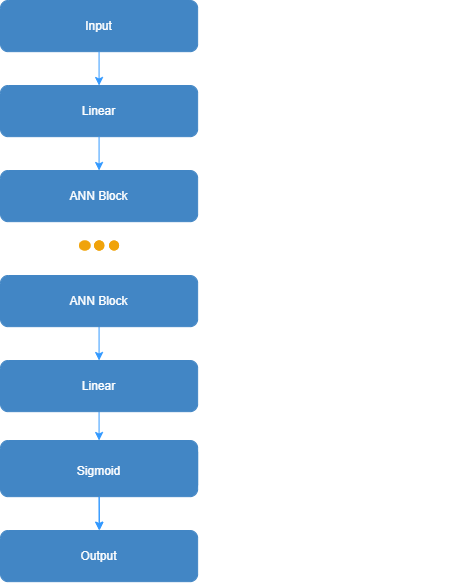
Before: docs/model_arch_ann_direct.png, a diagram exported from draw.io (metamaterials-capstone-su-22/metamaterials_ai). Source tidied: cells renumbered, new cells last; positions are measured from the earlier drawing's top-left corner, leaving out a move shared by most shapes. Its diagram source:
```xml
<mxGraphModel>
  <root>
    <mxCell id="0" />
    <mxCell id="1" value="Main" parent="0" />
    <mxCell id="2" style="group;" parent="1" vertex="1">
      <mxGeometry x="218.6" y="162.7" width="246.4" height="185.5" as="geometry" />
    </mxCell>
    <mxCell id="3" style="labelPosition=right;align=left;strokeWidth=1;shape=mxgraph.mockup.markup.curlyBrace;html=1;shadow=0;dashed=0;strokeColor=#FFFFFF;direction=north;labelBackgroundColor=none;fontColor=#FFFFFF;fillColor=#FF9933;rotation=-180;" parent="2" vertex="1">
      <mxGeometry x="-8.6" width="32.9" height="185.5" as="geometry" />
    </mxCell>
    <mxCell id="4" value="N : number of blocks" style="text;html=1;align=center;verticalAlign=middle;fillColor=none;strokeColor=none;rounded=0;labelBackgroundColor=none;fontColor=#FFFFFF;" parent="2" vertex="1">
      <mxGeometry x="24.3" y="83.1" width="130" height="20" as="geometry" />
    </mxCell>
    <mxCell id="5" value="Input" style="rounded=1;whiteSpace=wrap;html=1;labelBackgroundColor=none;fontColor=#FFFFFF;strokeColor=#4286C5;fillColor=#4286C5;" parent="1" vertex="1">
      <mxGeometry width="197.1" height="51.2" as="geometry" />
    </mxCell>
    <mxCell id="6" value="Linear" style="rounded=1;whiteSpace=wrap;html=1;labelBackgroundColor=none;fontColor=#FFFFFF;strokeColor=#4286C5;fillColor=#4286C5;" parent="1" vertex="1">
      <mxGeometry y="85" width="197.1" height="51.2" as="geometry" />
    </mxCell>
    <mxCell id="7" style="edgeStyle=none;html=1;labelBackgroundColor=none;fontColor=#FFFFFF;startArrow=none;startFill=0;endArrow=classic;endFill=1;strokeColor=#3399FF;" parent="1" edge="1" source="5" target="6">
      <mxGeometry relative="1" as="geometry" />
    </mxCell>
    <mxCell id="8" value="ANN Block" style="rounded=1;whiteSpace=wrap;html=1;labelBackgroundColor=none;fontColor=#FFFFFF;strokeColor=#4286C5;fillColor=#4286C5;" parent="1" vertex="1">
      <mxGeometry y="170" width="197.1" height="51.2" as="geometry" />
    </mxCell>
    <mxCell id="9" style="edgeStyle=none;html=1;labelBackgroundColor=none;fontColor=#FFFFFF;startArrow=none;startFill=0;endArrow=classic;endFill=1;strokeColor=#3399FF;" parent="1" edge="1" source="6" target="8">
      <mxGeometry relative="1" as="geometry" />
    </mxCell>
    <mxCell id="10" value="Sigmoid" style="rounded=1;whiteSpace=wrap;html=1;labelBackgroundColor=none;fontColor=#FFFFFF;strokeColor=#4286C5;fillColor=#4286C5;" parent="1" vertex="1">
      <mxGeometry y="440" width="197.1" height="51.2" as="geometry" />
    </mxCell>
    <mxCell id="11" style="edgeStyle=none;html=1;labelBackgroundColor=none;fontColor=#FFFFFF;startArrow=none;startFill=0;endArrow=classic;endFill=1;strokeColor=#3399FF;" parent="1" edge="1" source="10">
      <mxGeometry relative="1" as="geometry">
        <mxPoint x="98.6" y="529.5" as="targetPoint" />
      </mxGeometry>
    </mxCell>
    <mxCell id="12" style="edgeStyle=none;html=1;strokeColor=#3399FF;" parent="1" edge="1" source="13" target="10">
      <mxGeometry relative="1" as="geometry" />
    </mxCell>
    <mxCell id="13" value="Linear" style="rounded=1;whiteSpace=wrap;html=1;labelBackgroundColor=none;fontColor=#FFFFFF;strokeColor=#4286C5;fillColor=#4286C5;" parent="1" vertex="1">
      <mxGeometry y="360" width="197.1" height="51.2" as="geometry" />
    </mxCell>
    <mxCell id="14" style="edgeStyle=none;html=1;strokeColor=#3399FF;" parent="1" edge="1" source="15" target="13">
      <mxGeometry relative="1" as="geometry" />
    </mxCell>
    <mxCell id="15" value="ANN Block" style="rounded=1;whiteSpace=wrap;html=1;labelBackgroundColor=none;fontColor=#FFFFFF;strokeColor=#4286C5;fillColor=#4286C5;" parent="1" vertex="1">
      <mxGeometry y="275" width="197.1" height="51.2" as="geometry" />
    </mxCell>
    <mxCell id="16" value="Sigmoid" style="rounded=1;whiteSpace=wrap;html=1;labelBackgroundColor=none;fontColor=#FFFFFF;strokeColor=#4286C5;fillColor=#4286C5;" parent="1" vertex="1">
      <mxGeometry y="445" width="197.1" height="51.2" as="geometry" />
    </mxCell>
    <mxCell id="17" value="Output" style="rounded=1;whiteSpace=wrap;html=1;labelBackgroundColor=none;fontColor=#FFFFFF;strokeColor=#4286C5;fillColor=#4286C5;" parent="1" vertex="1">
      <mxGeometry y="530" width="197.1" height="51.2" as="geometry" />
    </mxCell>
    <mxCell id="18" style="edgeStyle=none;html=1;labelBackgroundColor=none;fontColor=#FFFFFF;startArrow=none;startFill=0;endArrow=classic;endFill=1;strokeColor=#3399FF;" parent="1" edge="1" source="16">
      <mxGeometry relative="1" as="geometry">
        <mxPoint x="99" y="530" as="targetPoint" />
      </mxGeometry>
    </mxCell>
    <mxCell id="19" style="group;" parent="1" vertex="1">
      <mxGeometry x="78.6" y="240" width="40" height="10" as="geometry" />
    </mxCell>
    <mxCell id="20" style="ellipse;fillColor=#F0A30A;strokeColor=none;labelBackgroundColor=none;fontColor=#FFFFFF;" parent="19" vertex="1">
      <mxGeometry width="11.4" height="10" as="geometry" />
    </mxCell>
    <mxCell id="21" style="ellipse;fillColor=#F0A30A;strokeColor=none;labelBackgroundColor=none;fontColor=#FFFFFF;" parent="19" vertex="1">
      <mxGeometry x="15" width="10" height="10" as="geometry" />
    </mxCell>
    <mxCell id="22" style="ellipse;fillColor=#F0A30A;strokeColor=none;labelBackgroundColor=none;fontColor=#FFFFFF;" parent="19" vertex="1">
      <mxGeometry x="30" width="10" height="10" as="geometry" />
    </mxCell>
    <mxCell id="23" style="group;" parent="19" vertex="1">
      <mxGeometry width="40" height="10" as="geometry" />
    </mxCell>
    <mxCell id="24" style="ellipse;fillColor=#F0A30A;strokeColor=none;labelBackgroundColor=none;fontColor=#FFFFFF;" parent="23" vertex="1">
      <mxGeometry width="11.4" height="10" as="geometry" />
    </mxCell>
    <mxCell id="25" style="ellipse;fillColor=#F0A30A;strokeColor=none;labelBackgroundColor=none;fontColor=#FFFFFF;" parent="23" vertex="1">
      <mxGeometry x="15" width="10" height="10" as="geometry" />
    </mxCell>
    <mxCell id="26" style="ellipse;fillColor=#F0A30A;strokeColor=none;labelBackgroundColor=none;fontColor=#FFFFFF;" parent="23" vertex="1">
      <mxGeometry x="30" width="10" height="10" as="geometry" />
    </mxCell>
    <mxCell id="27" style="ellipse;fillColor=#F0A30A;strokeColor=none;labelBackgroundColor=none;fontColor=#FFFFFF;" parent="23" vertex="1">
      <mxGeometry x="15.4" width="10" height="10" as="geometry" />
    </mxCell>
  </root>
</mxGraphModel>
```
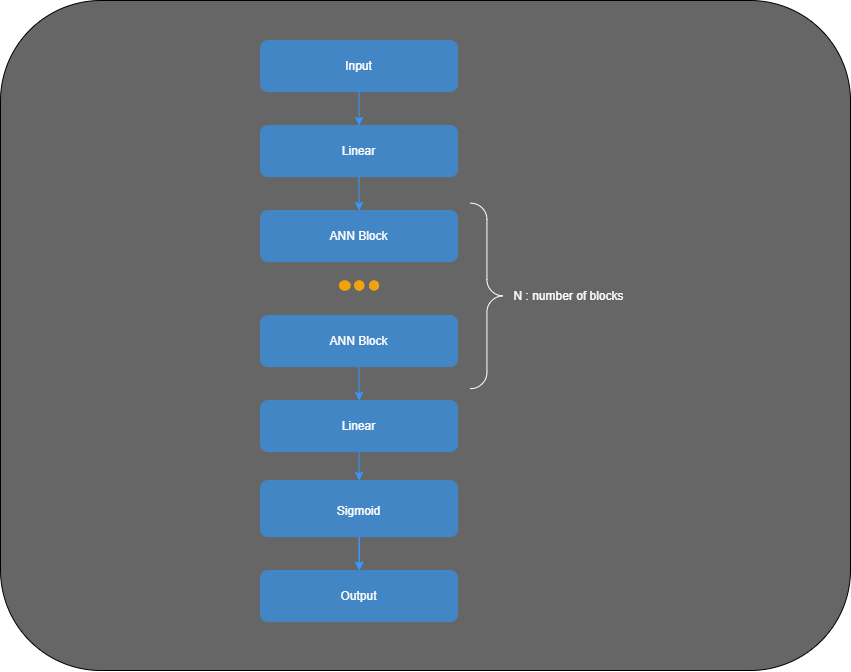
Above is the later version.

Diff of the diagram source:
```diff
@@ -1,86 +1,87 @@
 <mxGraphModel>
   <root>
-    <mxCell id="0" />
-    <mxCell id="1" value="Main" parent="0" />
-    <mxCell id="2" style="group;" parent="1" vertex="1">
-      <mxGeometry x="218.6" y="162.7" width="246.4" height="185.5" as="geometry" />
-    </mxCell>
-    <mxCell id="3" style="labelPosition=right;align=left;strokeWidth=1;shape=mxgraph.mockup.markup.curlyBrace;html=1;shadow=0;dashed=0;strokeColor=#FFFFFF;direction=north;labelBackgroundColor=none;fontColor=#FFFFFF;fillColor=#FF9933;rotation=-180;" parent="2" vertex="1">
-      <mxGeometry x="-8.6" width="32.9" height="185.5" as="geometry" />
-    </mxCell>
+    <mxCell id="28" />
+    <mxCell id="29" value="Background" parent="28" />
+    <mxCell id="30" style="rounded=1;whiteSpace=wrap;html=1;fontSize=8;fontColor=#FFFFFF;strokeColor=default;fillColor=#666666;" parent="29" vertex="1">
+      <mxGeometry x="-260" y="-40" width="850" height="670" as="geometry" />
+    </mxCell>
+    <mxCell id="31" value="model" parent="28" />
+    <mxCell id="32" style="labelPosition=right;align=left;strokeWidth=1;shape=mxgraph.mockup.markup.curlyBrace;html=1;shadow=0;dashed=0;strokeColor=#FFFFFF;direction=north;labelBackgroundColor=none;fontColor=#FFFFFF;fillColor=#FF9933;rotation=-180;" parent="31" vertex="1">
+      <mxGeometry x="210" y="162.7" width="32.9" height="185.5" as="geometry" />
+    </mxCell>
-    <mxCell id="4" value="N : number of blocks" style="text;html=1;align=center;verticalAlign=middle;fillColor=none;strokeColor=none;rounded=0;labelBackgroundColor=none;fontColor=#FFFFFF;" parent="2" vertex="1">
-      <mxGeometry x="24.3" y="83.1" width="130" height="20" as="geometry" />
+    <mxCell id="4" value="N : number of blocks" style="text;html=1;align=center;verticalAlign=middle;fillColor=none;strokeColor=none;rounded=0;labelBackgroundColor=none;fontColor=#FFFFFF;" parent="31" vertex="1">
+      <mxGeometry x="242.9" y="245.8" width="130" height="20" as="geometry" />
     </mxCell>
-    <mxCell id="5" value="Input" style="rounded=1;whiteSpace=wrap;html=1;labelBackgroundColor=none;fontColor=#FFFFFF;strokeColor=#4286C5;fillColor=#4286C5;" parent="1" vertex="1">
+    <mxCell id="5" value="Input" style="rounded=1;whiteSpace=wrap;html=1;labelBackgroundColor=none;fontColor=#FFFFFF;strokeColor=#4286C5;fillColor=#4286C5;" parent="31" vertex="1">
       <mxGeometry width="197.1" height="51.2" as="geometry" />
     </mxCell>
-    <mxCell id="6" value="Linear" style="rounded=1;whiteSpace=wrap;html=1;labelBackgroundColor=none;fontColor=#FFFFFF;strokeColor=#4286C5;fillColor=#4286C5;" parent="1" vertex="1">
-      <mxGeometry y="85" width="197.1" height="51.2" as="geometry" />
-    </mxCell>
-    <mxCell id="7" style="edgeStyle=none;html=1;labelBackgroundColor=none;fontColor=#FFFFFF;startArrow=none;startFill=0;endArrow=classic;endFill=1;strokeColor=#3399FF;" parent="1" edge="1" source="5" target="6">
-      <mxGeometry relative="1" as="geometry" />
-    </mxCell>
-    <mxCell id="8" value="ANN Block" style="rounded=1;whiteSpace=wrap;html=1;labelBackgroundColor=none;fontColor=#FFFFFF;strokeColor=#4286C5;fillColor=#4286C5;" parent="1" vertex="1">
-      <mxGeometry y="170" width="197.1" height="51.2" as="geometry" />
-    </mxCell>
-    <mxCell id="9" style="edgeStyle=none;html=1;labelBackgroundColor=none;fontColor=#FFFFFF;startArrow=none;startFill=0;endArrow=classic;endFill=1;strokeColor=#3399FF;" parent="1" edge="1" source="6" target="8">
-      <mxGeometry relative="1" as="geometry" />
-    </mxCell>
-    <mxCell id="10" value="Sigmoid" style="rounded=1;whiteSpace=wrap;html=1;labelBackgroundColor=none;fontColor=#FFFFFF;strokeColor=#4286C5;fillColor=#4286C5;" parent="1" vertex="1">
-      <mxGeometry y="440" width="197.1" height="51.2" as="geometry" />
-    </mxCell>
-    <mxCell id="11" style="edgeStyle=none;html=1;labelBackgroundColor=none;fontColor=#FFFFFF;startArrow=none;startFill=0;endArrow=classic;endFill=1;strokeColor=#3399FF;" parent="1" edge="1" source="10">
-      <mxGeometry relative="1" as="geometry">
-        <mxPoint x="98.6" y="529.5" as="targetPoint" />
-      </mxGeometry>
-    </mxCell>
-    <mxCell id="12" style="edgeStyle=none;html=1;strokeColor=#3399FF;" parent="1" edge="1" source="13" target="10">
-      <mxGeometry relative="1" as="geometry" />
-    </mxCell>
-    <mxCell id="13" value="Linear" style="rounded=1;whiteSpace=wrap;html=1;labelBackgroundColor=none;fontColor=#FFFFFF;strokeColor=#4286C5;fillColor=#4286C5;" parent="1" vertex="1">
-      <mxGeometry y="360" width="197.1" height="51.2" as="geometry" />
-    </mxCell>
-    <mxCell id="14" style="edgeStyle=none;html=1;strokeColor=#3399FF;" parent="1" edge="1" source="15" target="13">
-      <mxGeometry relative="1" as="geometry" />
-    </mxCell>
-    <mxCell id="15" value="ANN Block" style="rounded=1;whiteSpace=wrap;html=1;labelBackgroundColor=none;fontColor=#FFFFFF;strokeColor=#4286C5;fillColor=#4286C5;" parent="1" vertex="1">
-      <mxGeometry y="275" width="197.1" height="51.2" as="geometry" />
-    </mxCell>
-    <mxCell id="16" value="Sigmoid" style="rounded=1;whiteSpace=wrap;html=1;labelBackgroundColor=none;fontColor=#FFFFFF;strokeColor=#4286C5;fillColor=#4286C5;" parent="1" vertex="1">
-      <mxGeometry y="445" width="197.1" height="51.2" as="geometry" />
-    </mxCell>
+    <mxCell id="33" value="Linear" style="rounded=1;whiteSpace=wrap;html=1;labelBackgroundColor=none;fontColor=#FFFFFF;strokeColor=#4286C5;fillColor=#4286C5;" parent="31" vertex="1">
+      <mxGeometry y="85" width="197.1" height="51.2" as="geometry" />
+    </mxCell>
+    <mxCell id="34" style="edgeStyle=none;html=1;labelBackgroundColor=none;fontColor=#FFFFFF;startArrow=none;startFill=0;endArrow=classic;endFill=1;strokeColor=#3399FF;" parent="31" edge="1" source="5" target="33">
+      <mxGeometry relative="1" as="geometry" />
+    </mxCell>
+    <mxCell id="35" value="ANN Block" style="rounded=1;whiteSpace=wrap;html=1;labelBackgroundColor=none;fontColor=#FFFFFF;strokeColor=#4286C5;fillColor=#4286C5;" parent="31" vertex="1">
+      <mxGeometry y="170" width="197.1" height="51.2" as="geometry" />
+    </mxCell>
+    <mxCell id="36" style="edgeStyle=none;html=1;labelBackgroundColor=none;fontColor=#FFFFFF;startArrow=none;startFill=0;endArrow=classic;endFill=1;strokeColor=#3399FF;" parent="31" edge="1" source="33" target="35">
+      <mxGeometry relative="1" as="geometry" />
+    </mxCell>
+    <mxCell id="37" value="Sigmoid" style="rounded=1;whiteSpace=wrap;html=1;labelBackgroundColor=none;fontColor=#FFFFFF;strokeColor=#4286C5;fillColor=#4286C5;" parent="31" vertex="1">
+      <mxGeometry y="440" width="197.1" height="51.2" as="geometry" />
+    </mxCell>
+    <mxCell id="38" style="edgeStyle=none;html=1;labelBackgroundColor=none;fontColor=#FFFFFF;startArrow=none;startFill=0;endArrow=classic;endFill=1;strokeColor=#3399FF;" parent="31" edge="1" source="37">
+      <mxGeometry relative="1" as="geometry">
+        <mxPoint x="98.6" y="529.5" as="targetPoint" />
+      </mxGeometry>
+    </mxCell>
+    <mxCell id="39" style="edgeStyle=none;html=1;strokeColor=#3399FF;" parent="31" edge="1" source="40" target="37">
+      <mxGeometry relative="1" as="geometry" />
+    </mxCell>
+    <mxCell id="40" value="Linear" style="rounded=1;whiteSpace=wrap;html=1;labelBackgroundColor=none;fontColor=#FFFFFF;strokeColor=#4286C5;fillColor=#4286C5;" parent="31" vertex="1">
+      <mxGeometry y="360" width="197.1" height="51.2" as="geometry" />
+    </mxCell>
+    <mxCell id="41" style="edgeStyle=none;html=1;strokeColor=#3399FF;" parent="31" edge="1" source="42" target="40">
+      <mxGeometry relative="1" as="geometry" />
+    </mxCell>
+    <mxCell id="42" value="ANN Block" style="rounded=1;whiteSpace=wrap;html=1;labelBackgroundColor=none;fontColor=#FFFFFF;strokeColor=#4286C5;fillColor=#4286C5;" parent="31" vertex="1">
+      <mxGeometry y="275" width="197.1" height="51.2" as="geometry" />
+    </mxCell>
+    <mxCell id="43" value="Sigmoid" style="rounded=1;whiteSpace=wrap;html=1;labelBackgroundColor=none;fontColor=#FFFFFF;strokeColor=#4286C5;fillColor=#4286C5;" parent="31" vertex="1">
+      <mxGeometry y="445" width="197.1" height="51.2" as="geometry" />
+    </mxCell>
-    <mxCell id="17" value="Output" style="rounded=1;whiteSpace=wrap;html=1;labelBackgroundColor=none;fontColor=#FFFFFF;strokeColor=#4286C5;fillColor=#4286C5;" parent="1" vertex="1">
+    <mxCell id="17" value="Output" style="rounded=1;whiteSpace=wrap;html=1;labelBackgroundColor=none;fontColor=#FFFFFF;strokeColor=#4286C5;fillColor=#4286C5;" parent="31" vertex="1">
       <mxGeometry y="530" width="197.1" height="51.2" as="geometry" />
     </mxCell>
-    <mxCell id="18" style="edgeStyle=none;html=1;labelBackgroundColor=none;fontColor=#FFFFFF;startArrow=none;startFill=0;endArrow=classic;endFill=1;strokeColor=#3399FF;" parent="1" edge="1" source="16">
-      <mxGeometry relative="1" as="geometry">
-        <mxPoint x="99" y="530" as="targetPoint" />
-      </mxGeometry>
-    </mxCell>
-    <mxCell id="19" style="group;" parent="1" vertex="1">
-      <mxGeometry x="78.6" y="240" width="40" height="10" as="geometry" />
-    </mxCell>
-    <mxCell id="20" style="ellipse;fillColor=#F0A30A;strokeColor=none;labelBackgroundColor=none;fontColor=#FFFFFF;" parent="19" vertex="1">
-      <mxGeometry width="11.4" height="10" as="geometry" />
-    </mxCell>
-    <mxCell id="21" style="ellipse;fillColor=#F0A30A;strokeColor=none;labelBackgroundColor=none;fontColor=#FFFFFF;" parent="19" vertex="1">
-      <mxGeometry x="15" width="10" height="10" as="geometry" />
-    </mxCell>
-    <mxCell id="22" style="ellipse;fillColor=#F0A30A;strokeColor=none;labelBackgroundColor=none;fontColor=#FFFFFF;" parent="19" vertex="1">
-      <mxGeometry x="30" width="10" height="10" as="geometry" />
-    </mxCell>
+    <mxCell id="44" style="edgeStyle=none;html=1;labelBackgroundColor=none;fontColor=#FFFFFF;startArrow=none;startFill=0;endArrow=classic;endFill=1;strokeColor=#3399FF;" parent="31" edge="1" source="43">
+      <mxGeometry relative="1" as="geometry">
+        <mxPoint x="99" y="530" as="targetPoint" />
+      </mxGeometry>
+    </mxCell>
+    <mxCell id="45" style="group;" parent="31" vertex="1">
+      <mxGeometry x="78.6" y="240" width="40" height="10" as="geometry" />
+    </mxCell>
+    <mxCell id="46" style="ellipse;fillColor=#F0A30A;strokeColor=none;labelBackgroundColor=none;fontColor=#FFFFFF;" parent="45" vertex="1">
+      <mxGeometry width="11.4" height="10" as="geometry" />
+    </mxCell>
+    <mxCell id="47" style="ellipse;fillColor=#F0A30A;strokeColor=none;labelBackgroundColor=none;fontColor=#FFFFFF;" parent="45" vertex="1">
+      <mxGeometry x="15" width="10" height="10" as="geometry" />
+    </mxCell>
+    <mxCell id="48" style="ellipse;fillColor=#F0A30A;strokeColor=none;labelBackgroundColor=none;fontColor=#FFFFFF;" parent="45" vertex="1">
+      <mxGeometry x="30" width="10" height="10" as="geometry" />
+    </mxCell>
-    <mxCell id="23" style="group;" parent="19" vertex="1">
+    <mxCell id="23" style="group;" parent="45" vertex="1">
       <mxGeometry width="40" height="10" as="geometry" />
     </mxCell>
-    <mxCell id="24" style="ellipse;fillColor=#F0A30A;strokeColor=none;labelBackgroundColor=none;fontColor=#FFFFFF;" parent="23" vertex="1">
-      <mxGeometry width="11.4" height="10" as="geometry" />
-    </mxCell>
-    <mxCell id="25" style="ellipse;fillColor=#F0A30A;strokeColor=none;labelBackgroundColor=none;fontColor=#FFFFFF;" parent="23" vertex="1">
-      <mxGeometry x="15" width="10" height="10" as="geometry" />
-    </mxCell>
-    <mxCell id="26" style="ellipse;fillColor=#F0A30A;strokeColor=none;labelBackgroundColor=none;fontColor=#FFFFFF;" parent="23" vertex="1">
-      <mxGeometry x="30" width="10" height="10" as="geometry" />
-    </mxCell>
+    <mxCell id="49" style="ellipse;fillColor=#F0A30A;strokeColor=none;labelBackgroundColor=none;fontColor=#FFFFFF;" parent="23" vertex="1">
+      <mxGeometry width="11.4" height="10" as="geometry" />
+    </mxCell>
+    <mxCell id="50" style="ellipse;fillColor=#F0A30A;strokeColor=none;labelBackgroundColor=none;fontColor=#FFFFFF;" parent="23" vertex="1">
+      <mxGeometry x="15" width="10" height="10" as="geometry" />
+    </mxCell>
+    <mxCell id="51" style="ellipse;fillColor=#F0A30A;strokeColor=none;labelBackgroundColor=none;fontColor=#FFFFFF;" parent="23" vertex="1">
+      <mxGeometry x="30" width="10" height="10" as="geometry" />
+    </mxCell>
     <mxCell id="27" style="ellipse;fillColor=#F0A30A;strokeColor=none;labelBackgroundColor=none;fontColor=#FFFFFF;" parent="23" vertex="1">
       <mxGeometry x="15.4" width="10" height="10" as="geometry" />
     </mxCell>
```
